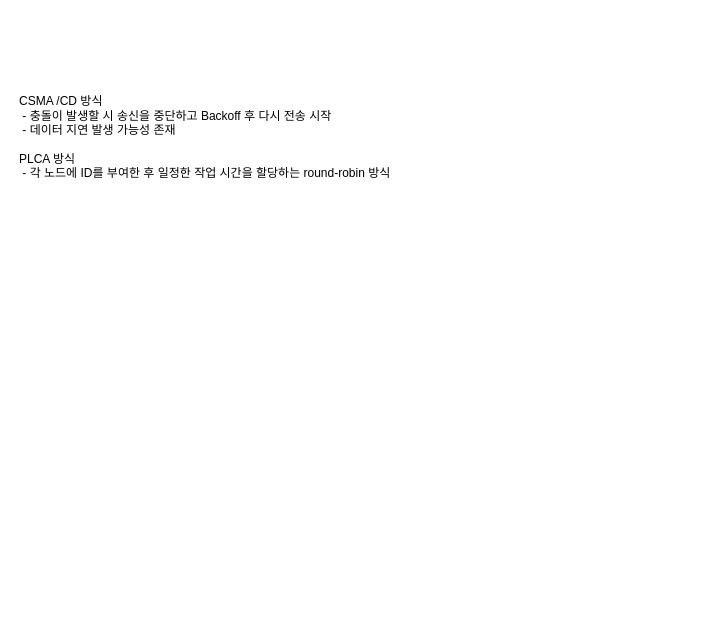
The draw.io diagram page "용어" (1 of 4) of 04. DOC/10BASE-T1S.drawio in Jinhwan-Jung/emb, before the edit. Source tidied: cells renumbered, new cells numbered last; positions are measured from the earlier drawing's top-left corner, leaving out a move shared by most shapes. Both pictures are drawn from the tidied source at 100%, with x=0, y=0 at pixel (17, 17).
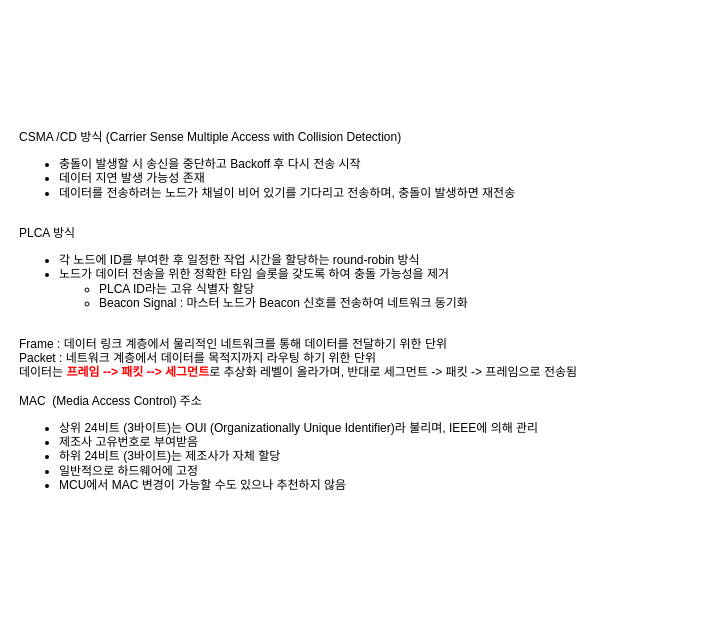
Above is the later version.

Diff of the diagram source:
```diff
@@
 <mxGraphModel>
   <root>
     <mxCell id="0" />
     <mxCell id="1" parent="0" />
-    <mxCell id="2" value="CSMA /CD 방식&lt;br&gt;&amp;nbsp;- 충돌이 발생할 시 송신을 중단하고 Backoff 후 다시 전송 시작&lt;br&gt;&amp;nbsp;- 데이터 지연 발생 가능성 존재&lt;br&gt;&lt;br&gt;PLCA 방식&lt;br&gt;&amp;nbsp;- 각 노드에 ID를 부여한 후 일정한 작업 시간을 할당하는 round-robin 방식" style="text;html=1;strokeColor=none;fillColor=none;align=left;verticalAlign=middle;whiteSpace=wrap;rounded=0;" parent="1" vertex="1">
-      <mxGeometry width="680" height="240" as="geometry" />
+    <mxCell id="2" value="CSMA /CD 방식 (Carrier Sense Multiple Access with Collision Detection)&lt;br&gt;&lt;ul&gt;&lt;li&gt;충돌이 발생할 시 송신을 중단하고 Backoff 후 다시 전송 시작&lt;/li&gt;&lt;li&gt;데이터 지연 발생 가능성 존재&lt;/li&gt;&lt;li&gt;데이터를 전송하려는 노드가 채널이 비어 있기를 기다리고 전송하며, 충돌이 발생하면 재전송&lt;/li&gt;&lt;/ul&gt;&lt;br&gt;PLCA 방식&lt;br&gt;&lt;ul&gt;&lt;li&gt;각 노드에 ID를 부여한 후 일정한 작업 시간을 할당하는 round-robin 방식&lt;/li&gt;&lt;li&gt;노드가 데이터 전송을 위한 정확한 타임 슬롯을 갖도록 하여 충돌 가능성을 제거&lt;/li&gt;&lt;ul&gt;&lt;li&gt;PLCA ID라는 고유 식별자 할당&lt;/li&gt;&lt;li&gt;Beacon Signal : 마스터 노드가 Beacon 신호를 전송하여 네트워크 동기화&lt;/li&gt;&lt;/ul&gt;&lt;/ul&gt;&lt;br&gt;Frame : 데이터 링크 계층에서 물리적인 네트워크를 통해 데이터를 전달하기 위한 단위&lt;br&gt;Packet : 네트워크 계층에서 데이터를 목적지까지 라우팅 하기 위한 단위&lt;br&gt;데이터는 &lt;b&gt;&lt;font color=&quot;#ff0000&quot;&gt;프레임 --&amp;gt; 패킷 --&amp;gt; 세그먼트&lt;/font&gt;&lt;/b&gt;로 추상화 레벨이 올라가며, 반대로 세그먼트 -&amp;gt; 패킷 -&amp;gt; 프레임으로 전송됨&lt;br&gt;&lt;br&gt;MAC&amp;nbsp; (Media Access Control) 주소&lt;br&gt;&lt;ul&gt;&lt;li&gt;상위 24비트 (3바이트)는 OUI (Organizationally Unique Identifier)라 불리며, IEEE에 의해 관리&lt;/li&gt;&lt;li&gt;제조사 고유번호로 부여받음&lt;/li&gt;&lt;li&gt;하위 24비트 (3바이트)는 제조사가 자체 할당&lt;/li&gt;&lt;li&gt;일반적으로 하드웨어에 고정&lt;/li&gt;&lt;li&gt;MCU에서 MAC 변경이 가능할 수도 있으나 추천하지 않음&lt;/li&gt;&lt;/ul&gt;" style="text;html=1;strokeColor=none;fillColor=none;align=left;verticalAlign=middle;whiteSpace=wrap;rounded=0;" parent="1" vertex="1">
+      <mxGeometry width="680" height="600" as="geometry" />
     </mxCell>
   </root>
 </mxGraphModel>
```
